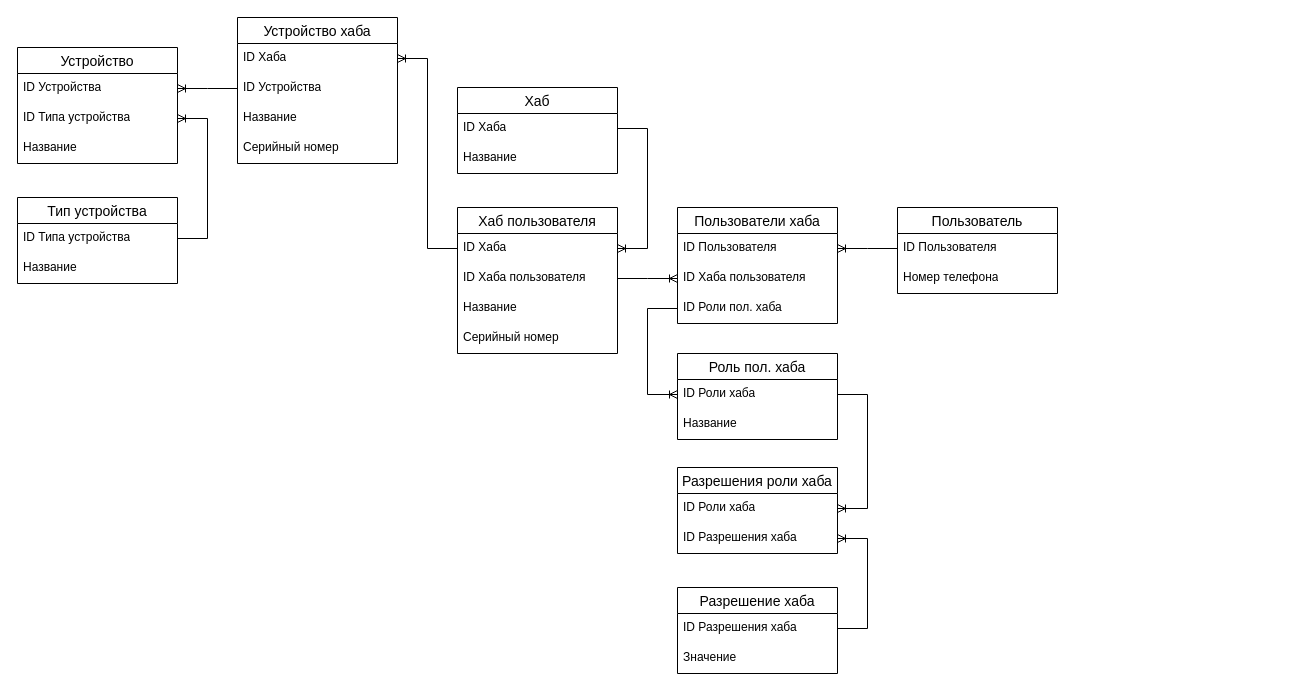
Before: systems-engineering/er-diagram.drawio in mkstas/LearningVyatSu, a draw.io diagram. Source tidied: cells renumbered, new cells numbered last; positions are measured from the earlier drawing's top-left corner, leaving out a move shared by most shapes. Both pictures are drawn from the tidied source at 100%, with x=0, y=0 at pixel (17, 17).
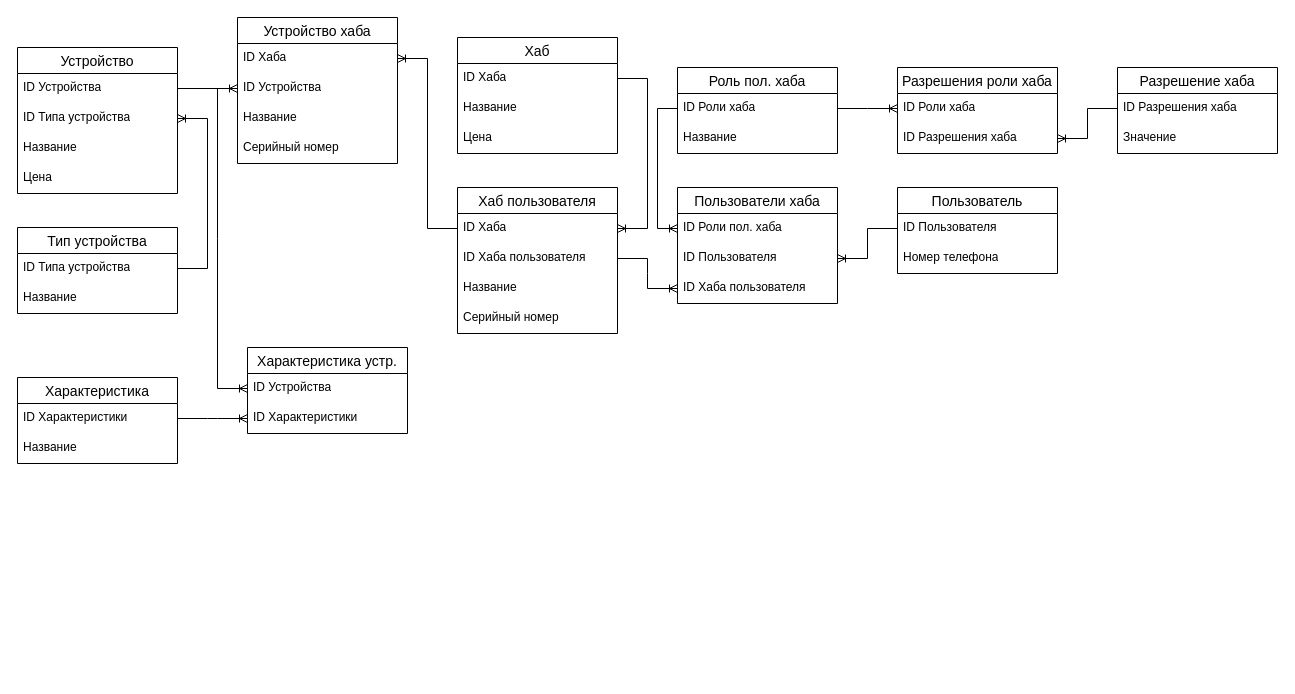
The same diagram, later.

Unchanged cells that the change refers to:
```xml
<mxCell id="6" value="ID Устройства" style="text;strokeColor=none;fillColor=none;spacingLeft=4;spacingRight=4;overflow=hidden;points=[[0,0.5],[1,0.5]];portConstraint=eastwest;fontSize=12;whiteSpace=wrap;html=1;" parent="5" vertex="1">
  <mxGeometry y="26" width="160" height="30" as="geometry" />
</mxCell>
<mxCell id="14" value="ID Устройства" style="text;strokeColor=none;fillColor=none;spacingLeft=4;spacingRight=4;overflow=hidden;points=[[0,0.5],[1,0.5]];portConstraint=eastwest;fontSize=12;whiteSpace=wrap;html=1;" parent="12" vertex="1">
  <mxGeometry y="56" width="160" height="30" as="geometry" />
</mxCell>
<mxCell id="34" value="ID Роли хаба" style="text;strokeColor=none;fillColor=none;spacingLeft=4;spacingRight=4;overflow=hidden;points=[[0,0.5],[1,0.5]];portConstraint=eastwest;fontSize=12;whiteSpace=wrap;html=1;" parent="33" vertex="1">
  <mxGeometry y="26" width="160" height="30" as="geometry" />
</mxCell>
```

What changed in the source:
```diff
@@
     <mxCell id="2" value="Тип устройства" style="swimlane;fontStyle=0;horizontal=1;startSize=26;align=center;fontSize=14;" parent="1" vertex="1">
-      <mxGeometry y="180" width="160" height="86" as="geometry" />
+      <mxGeometry y="210" width="160" height="86" as="geometry" />
     </mxCell>
@@
     <mxCell id="5" value="Устройство" style="swimlane;fontStyle=0;horizontal=1;startSize=26;align=center;fontSize=14;" parent="1" vertex="1">
-      <mxGeometry y="30" width="160" height="116" as="geometry" />
+      <mxGeometry y="30" width="160" height="146" as="geometry" />
     </mxCell>
@@
+    <mxCell id="47" value="Цена" style="text;strokeColor=none;fillColor=none;spacingLeft=4;spacingRight=4;overflow=hidden;fontSize=12;whiteSpace=wrap;html=1;" parent="5" vertex="1">
+      <mxGeometry y="116" width="160" height="30" as="geometry" />
+    </mxCell>
     <mxCell id="9" value="Хаб" style="swimlane;fontStyle=0;horizontal=1;startSize=26;align=center;fontSize=14;" parent="1" vertex="1">
-      <mxGeometry x="440" y="70" width="160" height="86" as="geometry" />
+      <mxGeometry x="440" y="20" width="160" height="116" as="geometry" />
     </mxCell>
@@
+    <mxCell id="48" value="Цена" style="text;strokeColor=none;fillColor=none;spacingLeft=4;spacingRight=4;overflow=hidden;fontSize=12;whiteSpace=wrap;html=1;" parent="9" vertex="1">
+      <mxGeometry y="86" width="160" height="30" as="geometry" />
+    </mxCell>
@@
-    <mxCell id="17" style="edgeStyle=entityRelationEdgeStyle;fontSize=12;html=1;endArrow=ERoneToMany;rounded=0;" parent="1" edge="1" source="14" target="6">
-      <mxGeometry relative="1" as="geometry" />
-    </mxCell>
     <mxCell id="18" value="Пользователь" style="swimlane;fontStyle=0;horizontal=1;startSize=26;align=center;fontSize=14;" parent="1" vertex="1">
-      <mxGeometry x="880" y="190" width="160" height="86" as="geometry" />
+      <mxGeometry x="880" y="170" width="160" height="86" as="geometry" />
     </mxCell>
@@
     <mxCell id="21" value="Хаб пользователя" style="swimlane;fontStyle=0;horizontal=1;startSize=26;align=center;fontSize=14;" parent="1" vertex="1">
-      <mxGeometry x="440" y="190" width="160" height="146" as="geometry" />
+      <mxGeometry x="440" y="170" width="160" height="146" as="geometry" />
     </mxCell>
@@
     <mxCell id="29" value="Пользователи хаба" style="swimlane;fontStyle=0;horizontal=1;startSize=26;align=center;fontSize=14;" parent="1" vertex="1">
-      <mxGeometry x="660" y="190" width="160" height="116" as="geometry" />
+      <mxGeometry x="660" y="170" width="160" height="116" as="geometry" />
     </mxCell>
+    <mxCell id="32" value="ID Роли пол. хаба" style="text;strokeColor=none;fillColor=none;spacingLeft=4;spacingRight=4;overflow=hidden;points=[[0,0.5],[1,0.5]];portConstraint=eastwest;fontSize=12;whiteSpace=wrap;html=1;" parent="29" vertex="1">
+      <mxGeometry y="26" width="160" height="30" as="geometry" />
+    </mxCell>
     <mxCell id="30" value="ID Пользователя" style="text;strokeColor=none;fillColor=none;spacingLeft=4;spacingRight=4;overflow=hidden;points=[[0,0.5],[1,0.5]];portConstraint=eastwest;fontSize=12;whiteSpace=wrap;html=1;" parent="29" vertex="1">
-      <mxGeometry y="26" width="160" height="30" as="geometry" />
+      <mxGeometry y="56" width="160" height="30" as="geometry" />
     </mxCell>
     <mxCell id="31" value="ID Хаба пользователя" style="text;strokeColor=none;fillColor=none;spacingLeft=4;spacingRight=4;overflow=hidden;points=[[0,0.5],[1,0.5]];portConstraint=eastwest;fontSize=12;whiteSpace=wrap;html=1;" parent="29" vertex="1">
-      <mxGeometry y="56" width="160" height="30" as="geometry" />
+      <mxGeometry y="86" width="160" height="30" as="geometry" />
     </mxCell>
-    <mxCell id="32" value="ID Роли пол. хаба" style="text;strokeColor=none;fillColor=none;spacingLeft=4;spacingRight=4;overflow=hidden;points=[[0,0.5],[1,0.5]];portConstraint=eastwest;fontSize=12;whiteSpace=wrap;html=1;" parent="29" vertex="1">
-      <mxGeometry y="86" width="160" height="30" as="geometry" />
-    </mxCell>
     <mxCell id="33" value="Роль пол. хаба" style="swimlane;fontStyle=0;horizontal=1;startSize=26;align=center;fontSize=14;" parent="1" vertex="1">
-      <mxGeometry x="660" y="336" width="160" height="86" as="geometry" />
+      <mxGeometry x="660" y="50" width="160" height="86" as="geometry" />
     </mxCell>
@@
     <mxCell id="38" value="Разрешение хаба" style="swimlane;fontStyle=0;horizontal=1;startSize=26;align=center;fontSize=14;" parent="1" vertex="1">
-      <mxGeometry x="660" y="570" width="160" height="86" as="geometry" />
+      <mxGeometry x="1100" y="50" width="160" height="86" as="geometry" />
     </mxCell>
@@
     <mxCell id="41" value="Разрешения роли хаба" style="swimlane;fontStyle=0;horizontal=1;startSize=26;align=center;fontSize=14;" parent="1" vertex="1">
-      <mxGeometry x="660" y="450" width="160" height="86" as="geometry" />
+      <mxGeometry x="880" y="50" width="160" height="86" as="geometry" />
     </mxCell>
@@
-    <mxCell id="46" style="endArrow=none;html=1;rounded=0;entryX=0;entryY=0.5;entryDx=0;entryDy=0;exitX=0;exitY=0.5;exitDx=0;exitDy=0;endFill=0;startArrow=ERoneToMany;startFill=0;" parent="1" edge="1" source="34" target="32">
-      <mxGeometry relative="1" as="geometry">
-        <Array as="points">
-          <mxPoint x="630" y="377" />
-          <mxPoint x="630" y="291" />
-        </Array>
-      </mxGeometry>
-    </mxCell>
+    <mxCell id="49" style="endArrow=none;html=1;rounded=0;exitX=0;exitY=0.5;exitDx=0;exitDy=0;entryX=0;entryY=0.5;entryDx=0;entryDy=0;startArrow=ERoneToMany;startFill=0;" parent="1" edge="1" source="32" target="34">
+      <mxGeometry relative="1" as="geometry">
+        <Array as="points">
+          <mxPoint x="640" y="211" />
+          <mxPoint x="640" y="91" />
+        </Array>
+      </mxGeometry>
+    </mxCell>
+    <mxCell id="50" value="Характеристика" style="swimlane;fontStyle=0;horizontal=1;startSize=26;align=center;fontSize=14;" parent="1" vertex="1">
+      <mxGeometry y="360" width="160" height="86" as="geometry" />
+    </mxCell>
+    <mxCell id="51" value="ID Характеристики" style="text;strokeColor=none;fillColor=none;spacingLeft=4;spacingRight=4;overflow=hidden;points=[[0,0.5],[1,0.5]];portConstraint=eastwest;fontSize=12;whiteSpace=wrap;html=1;" parent="50" vertex="1">
+      <mxGeometry y="26" width="160" height="30" as="geometry" />
+    </mxCell>
+    <mxCell id="52" value="Название" style="text;strokeColor=none;fillColor=none;spacingLeft=4;spacingRight=4;overflow=hidden;fontSize=12;whiteSpace=wrap;html=1;" parent="50" vertex="1">
+      <mxGeometry y="56" width="160" height="30" as="geometry" />
+    </mxCell>
+    <mxCell id="53" value="Характеристика устр." style="swimlane;fontStyle=0;horizontal=1;startSize=26;align=center;fontSize=14;" parent="1" vertex="1">
+      <mxGeometry x="230" y="330" width="160" height="86" as="geometry" />
+    </mxCell>
+    <mxCell id="54" value="ID Устройства" style="text;strokeColor=none;fillColor=none;spacingLeft=4;spacingRight=4;overflow=hidden;points=[[0,0.5],[1,0.5]];portConstraint=eastwest;fontSize=12;whiteSpace=wrap;html=1;" parent="53" vertex="1">
+      <mxGeometry y="26" width="160" height="30" as="geometry" />
+    </mxCell>
+    <mxCell id="55" value="ID Характеристики" style="text;strokeColor=none;fillColor=none;spacingLeft=4;spacingRight=4;overflow=hidden;points=[[0,0.5],[1,0.5]];portConstraint=eastwest;fontSize=12;whiteSpace=wrap;html=1;" parent="53" vertex="1">
+      <mxGeometry y="56" width="160" height="30" as="geometry" />
+    </mxCell>
+    <mxCell id="56" style="edgeStyle=entityRelationEdgeStyle;fontSize=12;html=1;endArrow=ERoneToMany;rounded=0;" parent="1" edge="1" source="6" target="14">
+      <mxGeometry relative="1" as="geometry" />
+    </mxCell>
+    <mxCell id="57" style="edgeStyle=entityRelationEdgeStyle;fontSize=12;html=1;endArrow=ERoneToMany;rounded=0;entryX=0;entryY=0.5;entryDx=0;entryDy=0;" parent="1" edge="1" target="54">
+      <mxGeometry relative="1" as="geometry">
+        <mxPoint x="170" y="71" as="sourcePoint" />
+      </mxGeometry>
+    </mxCell>
+    <mxCell id="58" style="edgeStyle=entityRelationEdgeStyle;fontSize=12;html=1;endArrow=ERoneToMany;rounded=0;" parent="1" edge="1" source="51" target="55">
+      <mxGeometry relative="1" as="geometry" />
+    </mxCell>
```
